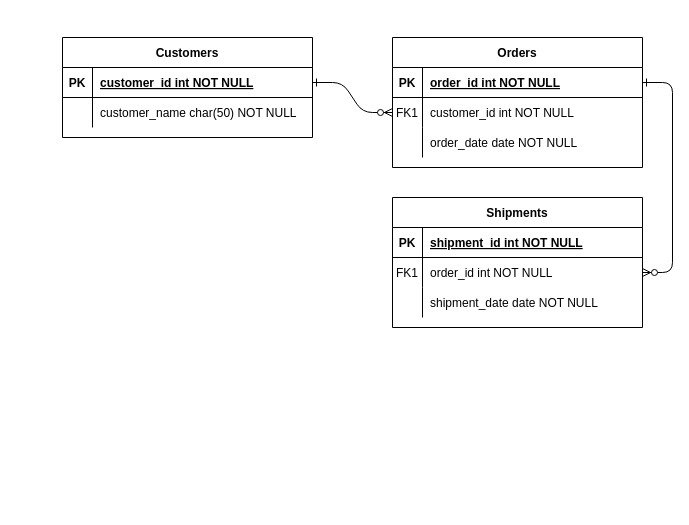
This is PCA-KNN/Untitled Diagram.drawio from Cloud0723/camera_map, a draw.io file, before an edit. Source tidied: cells renumbered, new cells numbered last; positions are measured from the earlier drawing's top-left corner, leaving out a move shared by most shapes. Both pictures are drawn from the tidied source at 100%, with x=0, y=0 at pixel (62, 37).
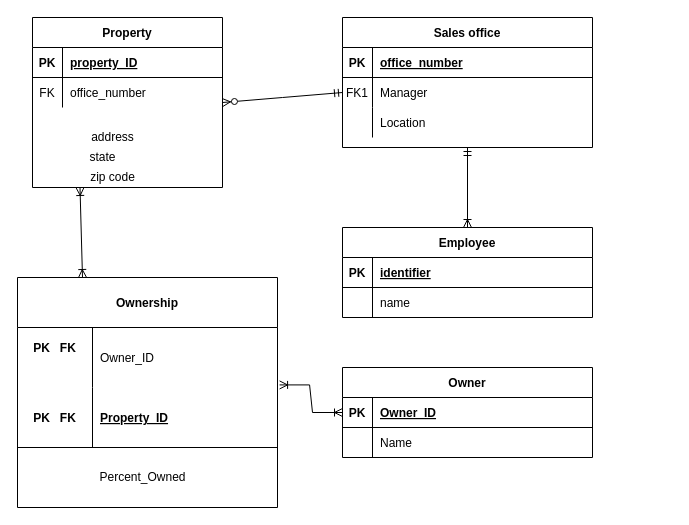
Above is the later version.

Unchanged cells that the change refers to:
```xml
<mxCell id="5" style="shape=partialRectangle;fillColor=none;points=[[0,0.5],[1,0.5]];portConstraint=eastwest;top=0;left=0;right=0;bottom=1;" parent="4" vertex="1">
  <mxGeometry y="30" width="250" height="30" as="geometry" />
</mxCell>
<mxCell id="8" style="shape=partialRectangle;fillColor=none;points=[[0,0.5],[1,0.5]];portConstraint=eastwest;top=0;left=0;right=0;bottom=0;" parent="4" vertex="1">
  <mxGeometry y="60" width="250" height="30" as="geometry" />
</mxCell>
<mxCell id="11" style="shape=partialRectangle;fillColor=none;top=0;left=0;right=0;bottom=0;" parent="4" vertex="1">
  <mxGeometry y="90" width="250" height="30" as="geometry" />
</mxCell>
<mxCell id="15" style="shape=partialRectangle;fillColor=none;top=0;left=0;right=0;bottom=1;" parent="14" vertex="1">
  <mxGeometry y="30" width="250" height="30" as="geometry" />
</mxCell>
<mxCell id="18" style="shape=partialRectangle;fillColor=none;points=[[0,0.5],[1,0.5]];portConstraint=eastwest;top=0;left=0;right=0;bottom=0;" parent="14" vertex="1">
  <mxGeometry y="60" width="250" height="30" as="geometry" />
</mxCell>
```

The edit, as a diff of the source:
```diff
@@
-    <mxCell id="2" style="edgeStyle=entityRelationEdgeStyle;endArrow=ERzeroToMany;startArrow=ERone;endFill=1;startFill=0;" parent="1" edge="1" source="25" target="8">
-      <mxGeometry relative="1" as="geometry" />
-    </mxCell>
-    <mxCell id="3" style="edgeStyle=entityRelationEdgeStyle;endArrow=ERzeroToMany;startArrow=ERone;endFill=1;startFill=0;" parent="1" edge="1" source="5" target="18">
-      <mxGeometry relative="1" as="geometry" />
-    </mxCell>
-    <mxCell id="4" value="Orders" style="shape=table;startSize=30;childLayout=tableLayout;rowLines=0;fontStyle=1;align=center;" parent="1" vertex="1">
-      <mxGeometry x="330" width="250" height="130" as="geometry" />
+    <mxCell id="4" value="Sales office" style="shape=table;startSize=30;childLayout=tableLayout;rowLines=0;fontStyle=1;align=center;" parent="1" vertex="1">
+      <mxGeometry x="280" y="-20" width="250" height="130" as="geometry" />
     </mxCell>
@@
-    <mxCell id="7" value="order_id int NOT NULL " style="shape=partialRectangle;overflow=hidden;fillColor=none;top=0;left=0;bottom=0;right=0;align=left;spacingLeft=6;fontStyle=5;" parent="5" vertex="1">
+    <mxCell id="7" value="office_number" style="shape=partialRectangle;overflow=hidden;fillColor=none;top=0;left=0;bottom=0;right=0;align=left;spacingLeft=6;fontStyle=5;" parent="5" vertex="1">
       <mxGeometry x="30" width="220" height="30" as="geometry" />
     </mxCell>
@@
-    <mxCell id="10" value="customer_id int NOT NULL" style="shape=partialRectangle;overflow=hidden;fillColor=none;top=0;left=0;bottom=0;right=0;align=left;spacingLeft=6;" parent="8" vertex="1">
+    <mxCell id="10" value="Manager" style="shape=partialRectangle;overflow=hidden;fillColor=none;top=0;left=0;bottom=0;right=0;align=left;spacingLeft=6;" parent="8" vertex="1">
       <mxGeometry x="30" width="220" height="30" as="geometry" />
     </mxCell>
@@
-    <mxCell id="13" value="order_date date NOT NULL" style="shape=partialRectangle;overflow=hidden;fillColor=none;top=0;left=0;bottom=0;right=0;align=left;spacingLeft=6;" parent="11" vertex="1">
+    <mxCell id="13" value="Location" style="shape=partialRectangle;overflow=hidden;fillColor=none;top=0;left=0;bottom=0;right=0;align=left;spacingLeft=6;" parent="11" vertex="1">
       <mxGeometry x="30" width="220" height="30" as="geometry" />
     </mxCell>
-    <mxCell id="14" value="Shipments" style="shape=table;startSize=30;childLayout=tableLayout;rowLines=0;fontStyle=1;align=center;" parent="1" vertex="1">
-      <mxGeometry x="330" y="160" width="250" height="130" as="geometry" />
+    <mxCell id="14" value="Employee" style="shape=table;startSize=30;childLayout=tableLayout;rowLines=0;fontStyle=1;align=center;" parent="1" vertex="1">
+      <mxGeometry x="280" y="190" width="250" height="90" as="geometry" />
     </mxCell>
@@
-    <mxCell id="17" value="shipment_id int NOT NULL " style="shape=partialRectangle;overflow=hidden;fillColor=none;top=0;left=0;bottom=0;right=0;align=left;spacingLeft=6;fontStyle=5;" parent="15" vertex="1">
+    <mxCell id="17" value="identifier" style="shape=partialRectangle;overflow=hidden;fillColor=none;top=0;left=0;bottom=0;right=0;align=left;spacingLeft=6;fontStyle=5;" parent="15" vertex="1">
       <mxGeometry x="30" width="220" height="30" as="geometry" />
     </mxCell>
@@
-    <mxCell id="19" value="FK1" style="shape=partialRectangle;overflow=hidden;fillColor=none;top=0;left=0;bottom=0;right=0;" parent="18" vertex="1">
+    <mxCell id="19" style="shape=partialRectangle;overflow=hidden;fillColor=none;top=0;left=0;bottom=0;right=0;" parent="18" vertex="1">
       <mxGeometry width="30" height="30" as="geometry" />
     </mxCell>
-    <mxCell id="20" value="order_id int NOT NULL" style="shape=partialRectangle;overflow=hidden;fillColor=none;top=0;left=0;bottom=0;right=0;align=left;spacingLeft=6;" parent="18" vertex="1">
+    <mxCell id="20" value="name" style="shape=partialRectangle;overflow=hidden;fillColor=none;top=0;left=0;bottom=0;right=0;align=left;spacingLeft=6;" parent="18" vertex="1">
       <mxGeometry x="30" width="220" height="30" as="geometry" />
     </mxCell>
-    <mxCell id="21" style="shape=partialRectangle;fillColor=none;top=0;left=0;right=0;bottom=0;" parent="14" vertex="1">
-      <mxGeometry y="90" width="250" height="30" as="geometry" />
-    </mxCell>
-    <mxCell id="22" style="shape=partialRectangle;overflow=hidden;fillColor=none;top=0;left=0;bottom=0;right=0;" parent="21" vertex="1">
-      <mxGeometry width="30" height="30" as="geometry" />
-    </mxCell>
-    <mxCell id="23" value="shipment_date date NOT NULL" style="shape=partialRectangle;overflow=hidden;fillColor=none;top=0;left=0;bottom=0;right=0;align=left;spacingLeft=6;" parent="21" vertex="1">
-      <mxGeometry x="30" width="220" height="30" as="geometry" />
-    </mxCell>
-    <mxCell id="24" value="Customers" style="shape=table;startSize=30;childLayout=tableLayout;rowLines=0;fontStyle=1;align=center;" parent="1" vertex="1">
-      <mxGeometry width="250" height="100" as="geometry" />
+    <mxCell id="24" value="Property" style="shape=table;startSize=30;childLayout=tableLayout;rowLines=0;fontStyle=1;align=center;" parent="1" vertex="1">
+      <mxGeometry x="-30" y="-20" width="190" height="170" as="geometry" />
     </mxCell>
     <mxCell id="25" style="shape=partialRectangle;fillColor=none;points=[[0,0.5],[1,0.5]];portConstraint=eastwest;top=0;left=0;right=0;bottom=1;" parent="24" vertex="1">
-      <mxGeometry y="30" width="250" height="30" as="geometry" />
+      <mxGeometry y="30" width="190" height="30" as="geometry" />
     </mxCell>
@@
-    <mxCell id="27" value="customer_id int NOT NULL " style="shape=partialRectangle;overflow=hidden;fillColor=none;top=0;left=0;bottom=0;right=0;align=left;spacingLeft=6;fontStyle=5;" parent="25" vertex="1">
-      <mxGeometry x="30" width="220" height="30" as="geometry" />
+    <mxCell id="27" value="property_ID" style="shape=partialRectangle;overflow=hidden;fillColor=none;top=0;left=0;bottom=0;right=0;align=left;spacingLeft=6;fontStyle=5;" parent="25" vertex="1">
+      <mxGeometry x="30" width="160" height="30" as="geometry" />
     </mxCell>
     <mxCell id="28" style="shape=partialRectangle;fillColor=none;top=0;left=0;right=0;bottom=0;" parent="24" vertex="1">
-      <mxGeometry y="60" width="250" height="30" as="geometry" />
+      <mxGeometry y="60" width="190" height="30" as="geometry" />
     </mxCell>
-    <mxCell id="29" style="shape=partialRectangle;overflow=hidden;fillColor=none;top=0;left=0;bottom=0;right=0;" parent="28" vertex="1">
+    <mxCell id="29" value="FK" style="shape=partialRectangle;overflow=hidden;fillColor=none;top=0;left=0;bottom=0;right=0;" parent="28" vertex="1">
       <mxGeometry width="30" height="30" as="geometry" />
     </mxCell>
-    <mxCell id="30" value="customer_name char(50) NOT NULL" style="shape=partialRectangle;overflow=hidden;fillColor=none;top=0;left=0;bottom=0;right=0;align=left;spacingLeft=6;" parent="28" vertex="1">
-      <mxGeometry x="30" width="220" height="30" as="geometry" />
+    <mxCell id="30" value="office_number" style="shape=partialRectangle;overflow=hidden;fillColor=none;top=0;left=0;bottom=0;right=0;align=left;spacingLeft=6;" parent="28" vertex="1">
+      <mxGeometry x="30" width="160" height="30" as="geometry" />
     </mxCell>
+    <mxCell id="31" value="address" style="text;html=1;align=center;verticalAlign=middle;strokeColor=none;fillColor=none;" parent="1" vertex="1">
+      <mxGeometry x="20" y="90" width="60" height="20" as="geometry" />
+    </mxCell>
+    <mxCell id="32" value="state" style="text;html=1;align=center;verticalAlign=middle;strokeColor=none;fillColor=none;" parent="1" vertex="1">
+      <mxGeometry x="20" y="110" width="40" height="20" as="geometry" />
+    </mxCell>
+    <mxCell id="33" value="zip code" style="text;html=1;align=center;verticalAlign=middle;strokeColor=none;fillColor=none;" parent="1" vertex="1">
+      <mxGeometry x="20" y="130" width="60" height="20" as="geometry" />
+    </mxCell>
+    <mxCell id="34" value="Ownership" style="shape=table;startSize=50;childLayout=tableLayout;rowLines=0;fontStyle=1;align=center;" parent="1" vertex="1">
+      <mxGeometry x="-45" y="240" width="260" height="230" as="geometry" />
+    </mxCell>
+    <mxCell id="35" style="shape=partialRectangle;fillColor=none;top=0;left=0;right=0;bottom=0;" parent="34" vertex="1">
+      <mxGeometry y="50" width="260" height="60" as="geometry" />
+    </mxCell>
+    <mxCell id="36" style="shape=partialRectangle;overflow=hidden;fillColor=none;top=0;left=0;bottom=0;right=0;" parent="35" vertex="1">
+      <mxGeometry width="75" height="60" as="geometry" />
+    </mxCell>
+    <mxCell id="37" value="Owner_ID" style="shape=partialRectangle;overflow=hidden;fillColor=none;top=0;left=0;bottom=0;right=0;align=left;spacingLeft=6;" parent="35" vertex="1">
+      <mxGeometry x="75" width="185" height="60" as="geometry" />
+    </mxCell>
+    <mxCell id="38" style="shape=partialRectangle;fillColor=none;points=[[0,0.5],[1,0.5]];portConstraint=eastwest;top=0;left=0;right=0;bottom=1;" parent="34" vertex="1">
+      <mxGeometry y="110" width="260" height="60" as="geometry" />
+    </mxCell>
+    <mxCell id="39" value="PK   FK" style="shape=partialRectangle;overflow=hidden;fillColor=none;top=0;left=0;bottom=0;right=0;fontStyle=1;" parent="38" vertex="1">
+      <mxGeometry width="75" height="60" as="geometry" />
+    </mxCell>
+    <mxCell id="40" value="Property_ID" style="shape=partialRectangle;overflow=hidden;fillColor=none;top=0;left=0;bottom=0;right=0;align=left;spacingLeft=6;fontStyle=5;" parent="38" vertex="1">
+      <mxGeometry x="75" width="185" height="60" as="geometry" />
+    </mxCell>
+    <mxCell id="41" value="Owner" style="shape=table;startSize=30;childLayout=tableLayout;rowLines=0;fontStyle=1;align=center;" parent="1" vertex="1">
+      <mxGeometry x="280" y="330" width="250" height="90" as="geometry" />
+    </mxCell>
+    <mxCell id="42" style="shape=partialRectangle;fillColor=none;points=[[0,0.5],[1,0.5]];portConstraint=eastwest;top=0;left=0;right=0;bottom=1;" parent="41" vertex="1">
+      <mxGeometry y="30" width="250" height="30" as="geometry" />
+    </mxCell>
+    <mxCell id="43" value="PK" style="shape=partialRectangle;overflow=hidden;fillColor=none;top=0;left=0;bottom=0;right=0;fontStyle=1;" parent="42" vertex="1">
+      <mxGeometry width="30" height="30" as="geometry" />
+    </mxCell>
+    <mxCell id="44" value="Owner_ID" style="shape=partialRectangle;overflow=hidden;fillColor=none;top=0;left=0;bottom=0;right=0;align=left;spacingLeft=6;fontStyle=5;" parent="42" vertex="1">
+      <mxGeometry x="30" width="220" height="30" as="geometry" />
+    </mxCell>
+    <mxCell id="45" style="shape=partialRectangle;fillColor=none;top=0;left=0;right=0;bottom=0;" parent="41" vertex="1">
+      <mxGeometry y="60" width="250" height="30" as="geometry" />
+    </mxCell>
+    <mxCell id="22" style="shape=partialRectangle;overflow=hidden;fillColor=none;top=0;left=0;bottom=0;right=0;" parent="45" vertex="1">
+      <mxGeometry width="30" height="30" as="geometry" />
+    </mxCell>
+    <mxCell id="46" value="Name" style="shape=partialRectangle;overflow=hidden;fillColor=none;top=0;left=0;bottom=0;right=0;align=left;spacingLeft=6;" parent="45" vertex="1">
+      <mxGeometry x="30" width="220" height="30" as="geometry" />
+    </mxCell>
+    <mxCell id="47" value="PK   FK" style="shape=partialRectangle;overflow=hidden;fillColor=none;top=0;left=0;bottom=0;right=0;fontStyle=1;" parent="1" vertex="1">
+      <mxGeometry x="-45" y="280" width="75" height="60" as="geometry" />
+    </mxCell>
+    <mxCell id="48" value="Percent_Owned" style="text;html=1;align=center;verticalAlign=middle;strokeColor=none;fillColor=none;" parent="1" vertex="1">
+      <mxGeometry x="30" y="430" width="100" height="20" as="geometry" />
+    </mxCell>
+    <mxCell id="49" style="fontSize=12;html=1;endArrow=ERzeroToMany;startArrow=ERmandOne;rounded=0;exitX=0;exitY=0.5;exitDx=0;exitDy=0;elbow=vertical;entryX=1;entryY=0.5;entryDx=0;entryDy=0;" parent="1" edge="1" source="8" target="24">
+      <mxGeometry relative="1" as="geometry">
+        <Array as="points">
+          <mxPoint x="220" y="60" />
+        </Array>
+      </mxGeometry>
+    </mxCell>
+    <mxCell id="50" style="fontSize=12;html=1;endArrow=ERoneToMany;startArrow=ERoneToMany;rounded=0;elbow=vertical;exitX=0.25;exitY=0;exitDx=0;exitDy=0;entryX=0.25;entryY=1;entryDx=0;entryDy=0;" parent="1" edge="1" source="34" target="24">
+      <mxGeometry relative="1" as="geometry" />
+    </mxCell>
+    <mxCell id="51" style="edgeStyle=entityRelationEdgeStyle;fontSize=12;html=1;endArrow=ERoneToMany;startArrow=ERoneToMany;rounded=0;elbow=vertical;entryX=0;entryY=0.5;entryDx=0;entryDy=0;exitX=1.008;exitY=-0.043;exitDx=0;exitDy=0;exitPerimeter=0;" parent="1" edge="1" source="38" target="42">
+      <mxGeometry relative="1" as="geometry" />
+    </mxCell>
+    <mxCell id="52" style="fontSize=12;html=1;endArrow=ERoneToMany;startArrow=ERmandOne;rounded=0;elbow=vertical;entryX=0.5;entryY=0;entryDx=0;entryDy=0;exitX=0.5;exitY=1;exitDx=0;exitDy=0;" parent="1" edge="1" source="4" target="14">
+      <mxGeometry relative="1" as="geometry" />
+    </mxCell>
```
